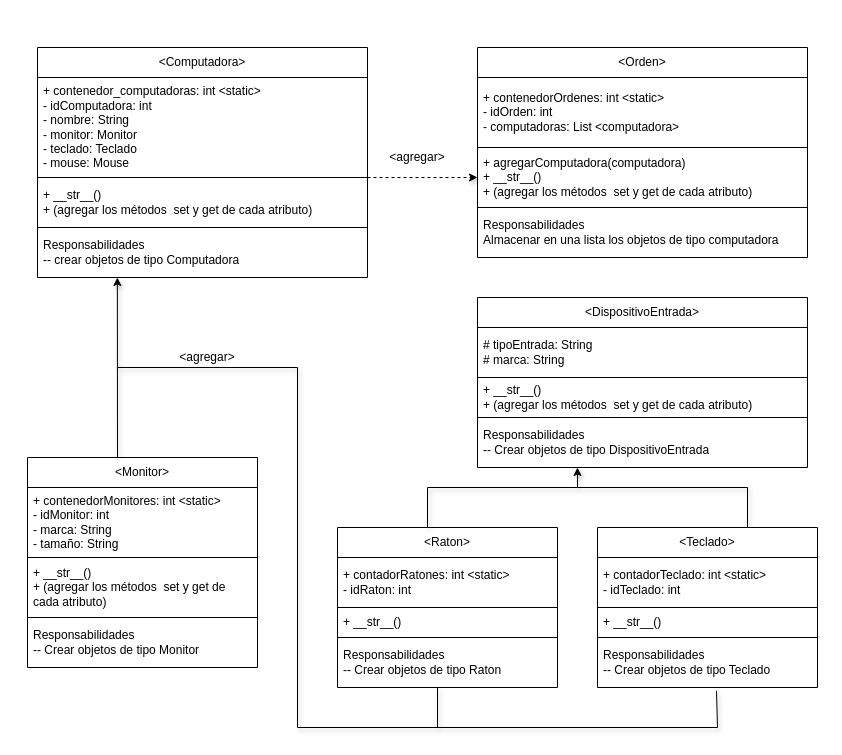
This is python/Leccion14/Laboratorio.drawio from PowerSystem2024/LosTerreneitor, a draw.io file, before an edit. Source tidied: cells renumbered, new cells numbered last; positions are measured from the earlier drawing's top-left corner, leaving out a move shared by most shapes. Both pictures are drawn from the tidied source at 100%, with x=0, y=0 at pixel (27, 47).
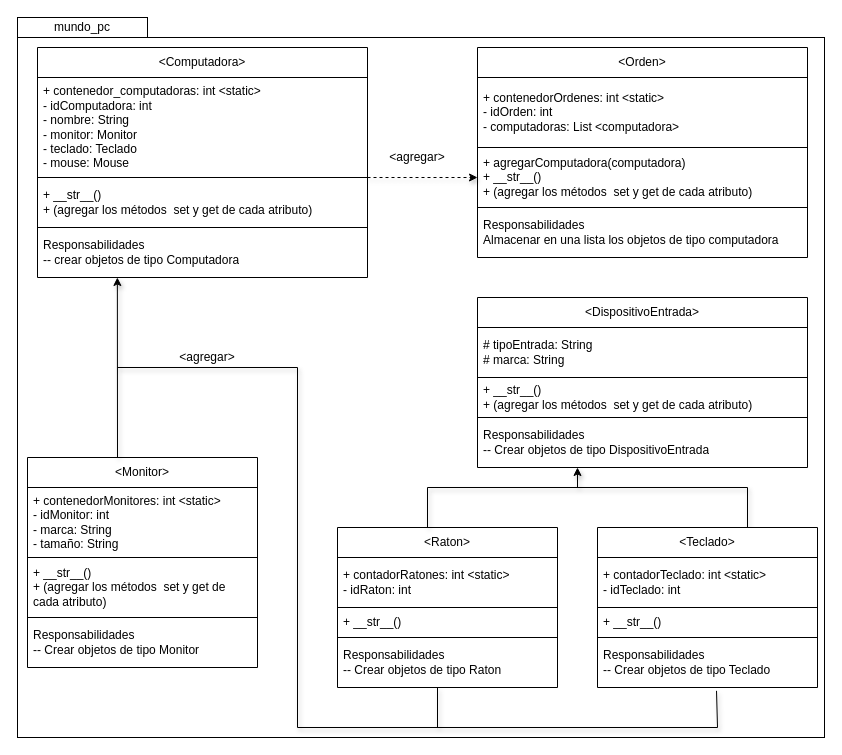
The same page after the edit.

The edit, as a diff of the source:
```diff
@@
+    <mxCell id="39" style="rounded=0;whiteSpace=wrap;html=1;fillColor=none;" parent="1" vertex="1">
+      <mxGeometry x="-10" y="-10" width="807" height="700" as="geometry" />
+    </mxCell>
+    <mxCell id="40" value="mundo_pc" style="whiteSpace=wrap;html=1;align=center;newEdgeStyle={&quot;edgeStyle&quot;:&quot;elbowEdgeStyle&quot;,&quot;startArrow&quot;:&quot;none&quot;,&quot;endArrow&quot;:&quot;none&quot;};fillColor=none;" parent="1" vertex="1">
+      <mxGeometry x="-10" y="-30" width="130" height="20" as="geometry" />
+    </mxCell>
```
